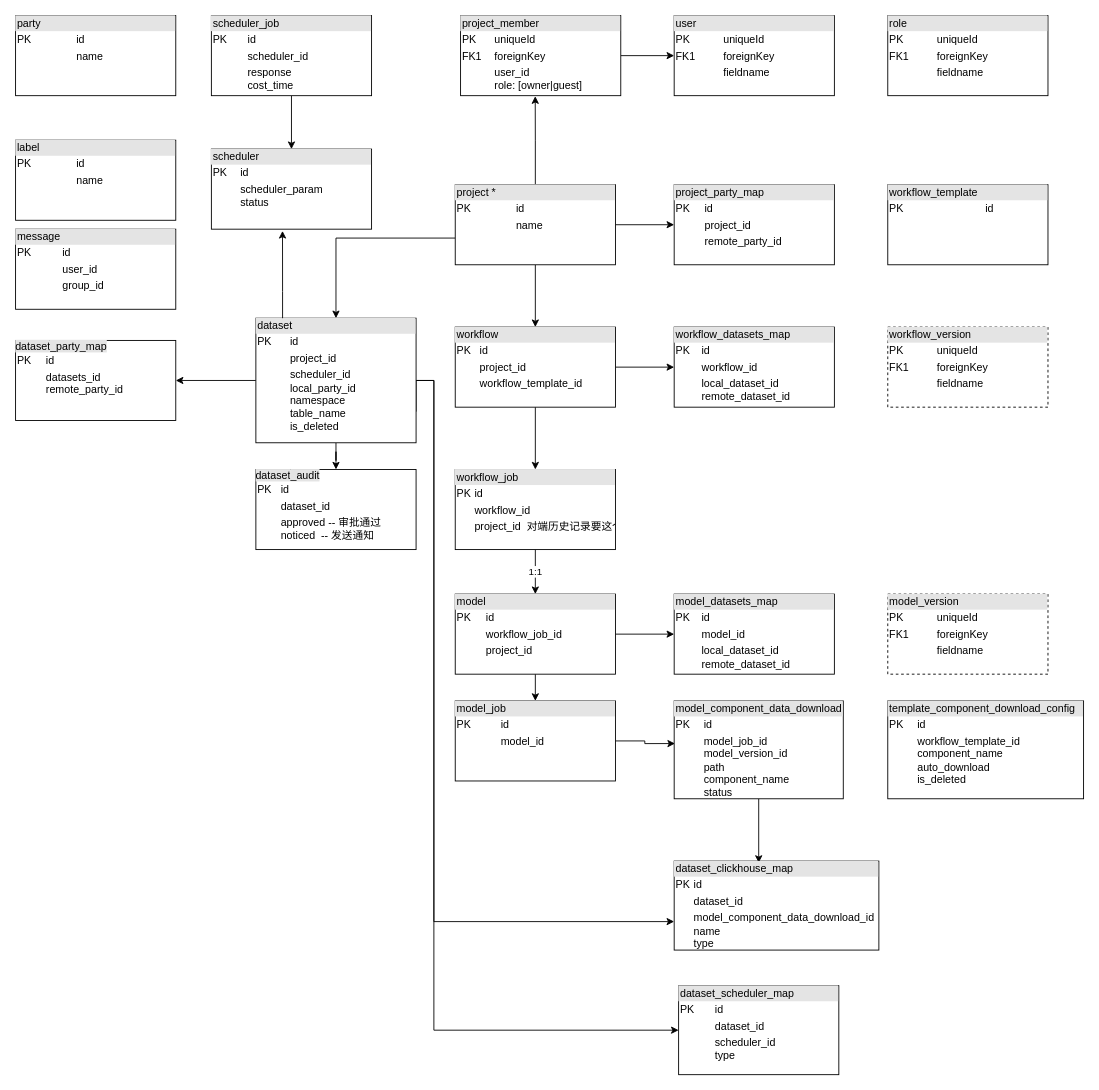
This is Untitled Diagram.drawio from ChrisBamaofan/androidApp, a draw.io file, before an edit. Source tidied: cells renumbered, new cells numbered last; positions are measured from the earlier drawing's top-left corner, leaving out a move shared by most shapes. Both pictures are drawn from the tidied source at 89%, with x=0, y=0 at pixel (15, 15).
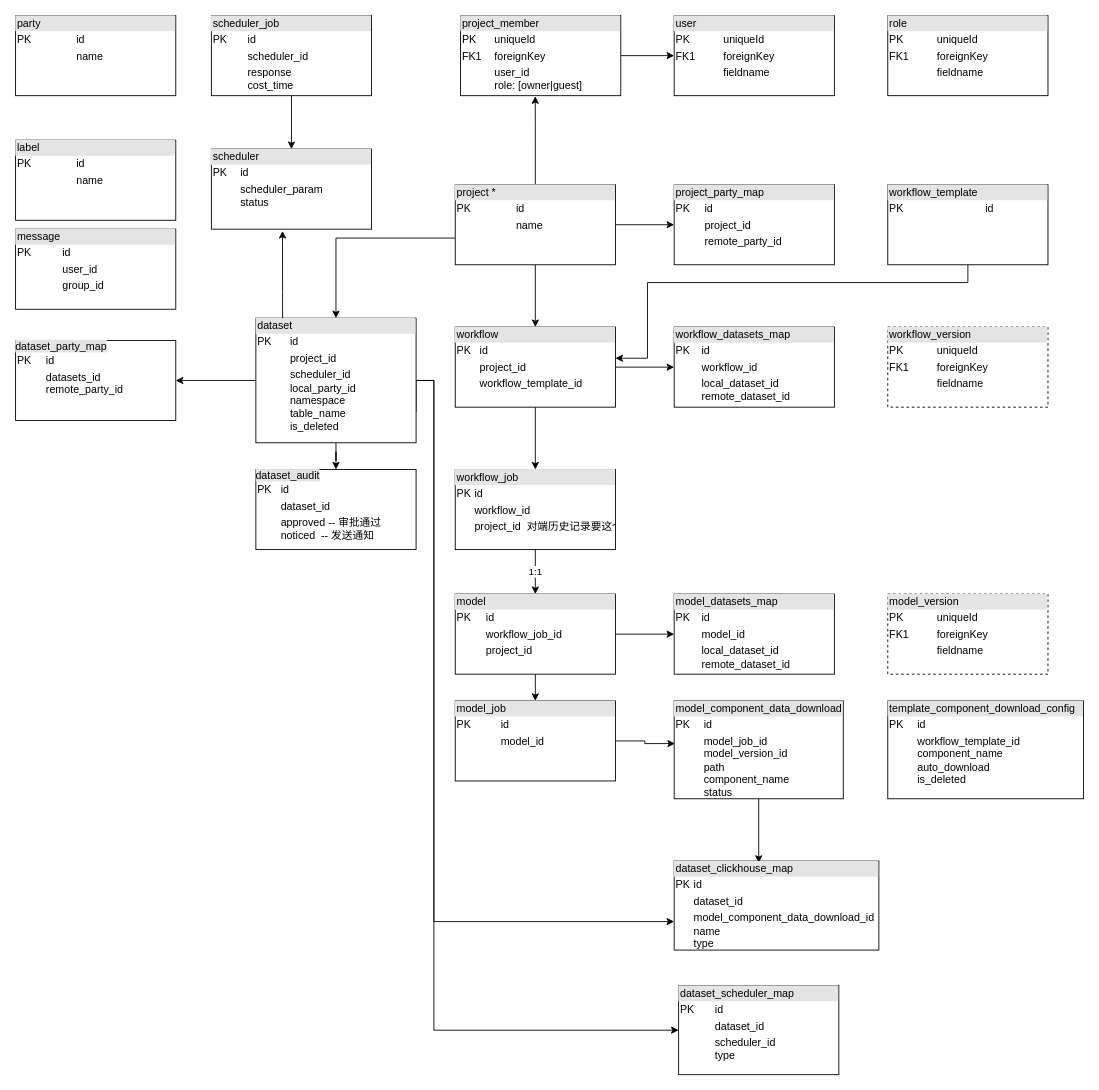
The same diagram, later.

Unchanged cells that the change refers to:
```xml
<mxCell id="14" value="&lt;div style=&quot;box-sizing: border-box ; width: 100% ; background: #e4e4e4 ; padding: 2px&quot;&gt;workflow&lt;/div&gt;&lt;table style=&quot;width: 100% ; font-size: 1em&quot; cellpadding=&quot;2&quot; cellspacing=&quot;0&quot;&gt;&lt;tbody&gt;&lt;tr&gt;&lt;td&gt;PK&lt;/td&gt;&lt;td&gt;id&lt;/td&gt;&lt;/tr&gt;&lt;tr&gt;&lt;td&gt;&lt;br&gt;&lt;/td&gt;&lt;td&gt;project_id&lt;/td&gt;&lt;/tr&gt;&lt;tr&gt;&lt;td&gt;&lt;/td&gt;&lt;td&gt;workflow_template_id&lt;/td&gt;&lt;/tr&gt;&lt;/tbody&gt;&lt;/table&gt;" style="verticalAlign=top;align=left;overflow=fill;html=1;" parent="1" vertex="1">
  <mxGeometry x="494" y="350" width="180" height="90" as="geometry" />
</mxCell>
<mxCell id="28" value="&lt;div style=&quot;box-sizing: border-box ; width: 100% ; background: #e4e4e4 ; padding: 2px&quot;&gt;workflow_template&lt;/div&gt;&lt;table style=&quot;width: 100% ; font-size: 1em&quot; cellpadding=&quot;2&quot; cellspacing=&quot;0&quot;&gt;&lt;tbody&gt;&lt;tr&gt;&lt;td&gt;PK&lt;/td&gt;&lt;td&gt;id&lt;/td&gt;&lt;/tr&gt;&lt;tr&gt;&lt;td&gt;&lt;br&gt;&lt;/td&gt;&lt;td&gt;&lt;br&gt;&lt;/td&gt;&lt;/tr&gt;&lt;tr&gt;&lt;td&gt;&lt;/td&gt;&lt;td&gt;&lt;br&gt;&lt;/td&gt;&lt;/tr&gt;&lt;/tbody&gt;&lt;/table&gt;" style="verticalAlign=top;align=left;overflow=fill;html=1;" parent="1" vertex="1">
  <mxGeometry x="980" y="190" width="180" height="90" as="geometry" />
</mxCell>
```

Diff of the diagram source:
```diff
@@
+    <mxCell id="46" style="edgeStyle=orthogonalEdgeStyle;rounded=0;jettySize=auto;html=1;entryX=1;entryY=0.389;entryDx=0;entryDy=0;entryPerimeter=0;" parent="1" edge="1" source="28" target="14">
+      <mxGeometry relative="1" as="geometry">
+        <Array as="points">
+          <mxPoint x="1070" y="300" />
+          <mxPoint x="710" y="300" />
+          <mxPoint x="710" y="385" />
+        </Array>
+      </mxGeometry>
+    </mxCell>
```
